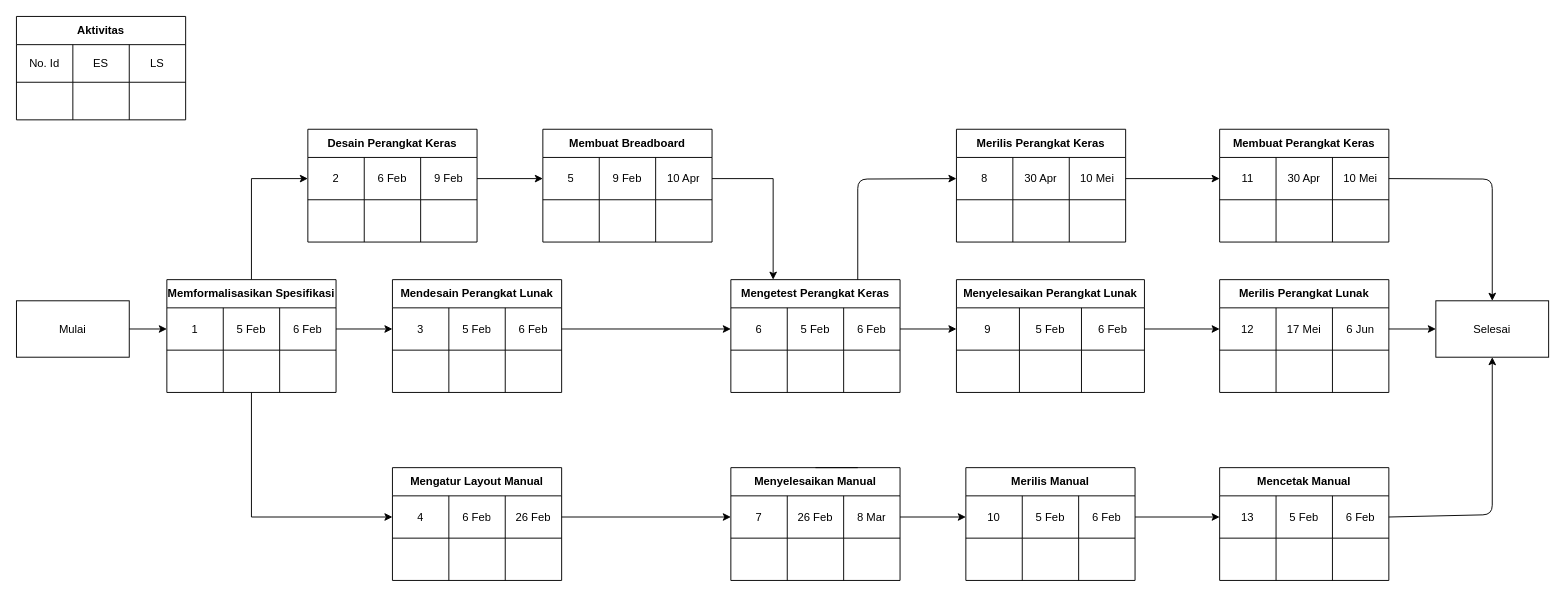
RayhanHamada/bikin-dfd keeps this draw.io diagram as page "Page-1" (1 of 2) of pert_diagram.drawio. Above is the earlier version. Source tidied: cells renumbered, new cells numbered last; positions are measured from the earlier drawing's top-left corner, leaving out a move shared by most shapes. Both pictures are drawn from the tidied source at 94%, with x=0, y=0 at pixel (16, 16).
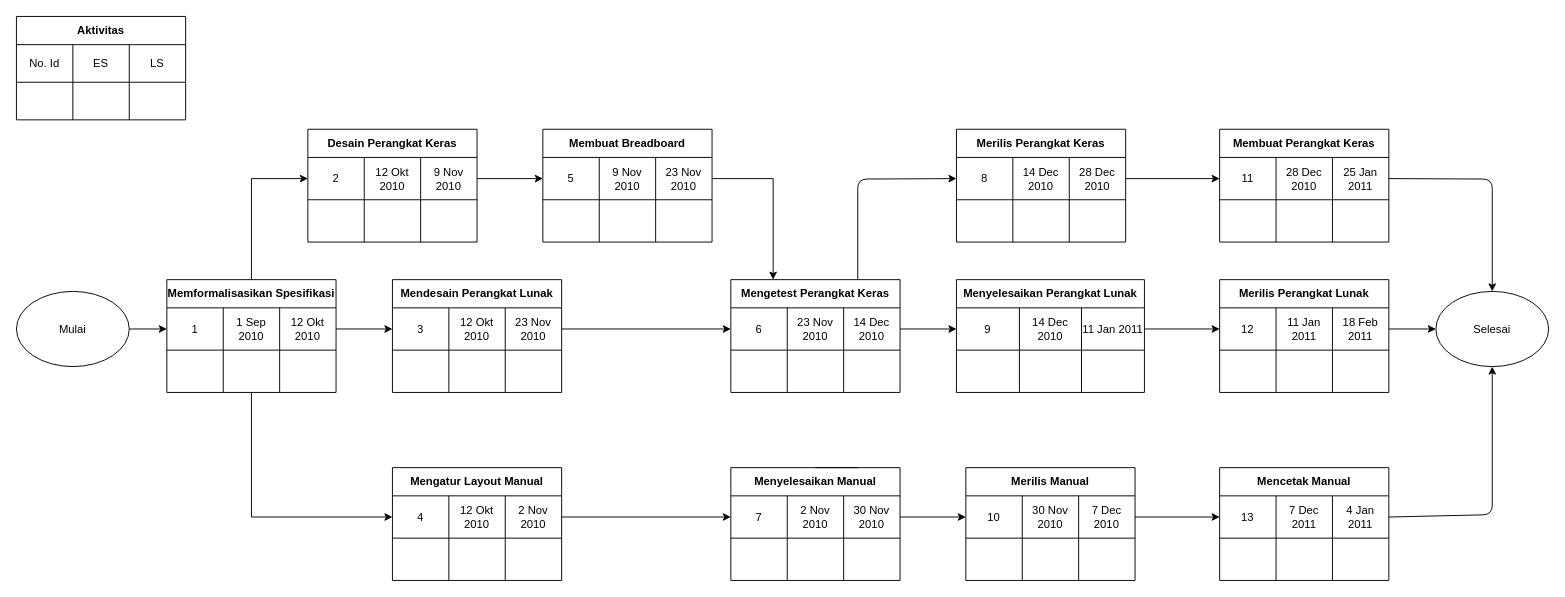
Above is the later version.

Unchanged cells that the change refers to:
```xml
<mxCell id="14" style="shape=partialRectangle;html=1;whiteSpace=wrap;fillColor=none;top=0;left=0;bottom=0;right=0;points=[[0,0.5],[1,0.5]];portConstraint=eastwest;" parent="13" vertex="1">
  <mxGeometry y="30" width="180" height="45" as="geometry" />
</mxCell>
<mxCell id="23" style="shape=partialRectangle;html=1;whiteSpace=wrap;fillColor=none;top=0;left=0;bottom=0;right=0;points=[[0,0.5],[1,0.5]];portConstraint=eastwest;" parent="22" vertex="1">
  <mxGeometry y="30" width="180" height="45" as="geometry" />
</mxCell>
<mxCell id="32" style="shape=partialRectangle;html=1;whiteSpace=wrap;fillColor=none;top=0;left=0;bottom=0;right=0;points=[[0,0.5],[1,0.5]];portConstraint=eastwest;" parent="31" vertex="1">
  <mxGeometry y="30" width="180" height="45" as="geometry" />
</mxCell>
<mxCell id="41" style="shape=partialRectangle;html=1;whiteSpace=wrap;fillColor=none;top=0;left=0;bottom=0;right=0;points=[[0,0.5],[1,0.5]];portConstraint=eastwest;" parent="40" vertex="1">
  <mxGeometry y="30" width="180" height="45" as="geometry" />
</mxCell>
<mxCell id="50" style="shape=partialRectangle;html=1;whiteSpace=wrap;fillColor=none;top=0;left=0;bottom=0;right=0;points=[[0,0.5],[1,0.5]];portConstraint=eastwest;" parent="49" vertex="1">
  <mxGeometry y="30" width="180" height="45" as="geometry" />
</mxCell>
<mxCell id="59" style="shape=partialRectangle;html=1;whiteSpace=wrap;fillColor=none;top=0;left=0;bottom=0;right=0;points=[[0,0.5],[1,0.5]];portConstraint=eastwest;" parent="58" vertex="1">
  <mxGeometry y="30" width="180" height="45" as="geometry" />
</mxCell>
<mxCell id="69" style="shape=partialRectangle;html=1;whiteSpace=wrap;fillColor=none;top=0;left=0;bottom=0;right=0;points=[[0,0.5],[1,0.5]];portConstraint=eastwest;" parent="68" vertex="1">
  <mxGeometry y="30" width="180" height="45" as="geometry" />
</mxCell>
<mxCell id="78" style="shape=partialRectangle;html=1;whiteSpace=wrap;fillColor=none;top=0;left=0;bottom=0;right=0;points=[[0,0.5],[1,0.5]];portConstraint=eastwest;" parent="77" vertex="1">
  <mxGeometry y="30" width="180" height="45" as="geometry" />
</mxCell>
<mxCell id="87" style="shape=partialRectangle;html=1;whiteSpace=wrap;fillColor=none;top=0;left=0;bottom=0;right=0;points=[[0,0.5],[1,0.5]];portConstraint=eastwest;" parent="86" vertex="1">
  <mxGeometry y="30" width="180" height="45" as="geometry" />
</mxCell>
<mxCell id="96" style="shape=partialRectangle;html=1;whiteSpace=wrap;fillColor=none;top=0;left=0;bottom=0;right=0;points=[[0,0.5],[1,0.5]];portConstraint=eastwest;" parent="95" vertex="1">
  <mxGeometry y="30" width="180" height="45" as="geometry" />
</mxCell>
<mxCell id="105" style="shape=partialRectangle;html=1;whiteSpace=wrap;fillColor=none;top=0;left=0;bottom=0;right=0;points=[[0,0.5],[1,0.5]];portConstraint=eastwest;" parent="104" vertex="1">
  <mxGeometry y="30" width="200" height="45" as="geometry" />
</mxCell>
<mxCell id="114" style="shape=partialRectangle;html=1;whiteSpace=wrap;fillColor=none;top=0;left=0;bottom=0;right=0;points=[[0,0.5],[1,0.5]];portConstraint=eastwest;" parent="113" vertex="1">
  <mxGeometry y="30" width="180" height="45" as="geometry" />
</mxCell>
<mxCell id="123" style="shape=partialRectangle;html=1;whiteSpace=wrap;fillColor=none;top=0;left=0;bottom=0;right=0;points=[[0,0.5],[1,0.5]];portConstraint=eastwest;" parent="122" vertex="1">
  <mxGeometry y="30" width="180" height="45" as="geometry" />
</mxCell>
```

What changed in the source:
```diff
@@
-    <mxCell id="16" value="&lt;span&gt;5 Feb&lt;/span&gt;" style="shape=partialRectangle;html=1;whiteSpace=wrap;fillColor=none;top=0;left=0;bottom=0;right=0;overflow=hidden;" parent="14" vertex="1">
+    <mxCell id="16" value="&lt;span&gt;1 Sep 2010&lt;/span&gt;" style="shape=partialRectangle;html=1;whiteSpace=wrap;fillColor=none;top=0;left=0;bottom=0;right=0;overflow=hidden;" parent="14" vertex="1">
       <mxGeometry x="60" width="60" height="45" as="geometry" />
     </mxCell>
-    <mxCell id="17" value="6 Feb" style="shape=partialRectangle;html=1;whiteSpace=wrap;fillColor=none;top=0;left=0;bottom=0;right=0;overflow=hidden;" parent="14" vertex="1">
+    <mxCell id="17" value="12 Okt 2010" style="shape=partialRectangle;html=1;whiteSpace=wrap;fillColor=none;top=0;left=0;bottom=0;right=0;overflow=hidden;" parent="14" vertex="1">
       <mxGeometry x="120" width="60" height="45" as="geometry" />
     </mxCell>
@@
-    <mxCell id="25" value="&lt;span&gt;6 Feb&lt;/span&gt;" style="shape=partialRectangle;html=1;whiteSpace=wrap;fillColor=none;top=0;left=0;bottom=0;right=0;overflow=hidden;" parent="23" vertex="1">
+    <mxCell id="25" value="&lt;span&gt;12 Okt 2010&lt;/span&gt;" style="shape=partialRectangle;html=1;whiteSpace=wrap;fillColor=none;top=0;left=0;bottom=0;right=0;overflow=hidden;" parent="23" vertex="1">
       <mxGeometry x="60" width="60" height="45" as="geometry" />
     </mxCell>
-    <mxCell id="26" value="9 Feb" style="shape=partialRectangle;html=1;whiteSpace=wrap;fillColor=none;top=0;left=0;bottom=0;right=0;overflow=hidden;" parent="23" vertex="1">
+    <mxCell id="26" value="9 Nov 2010" style="shape=partialRectangle;html=1;whiteSpace=wrap;fillColor=none;top=0;left=0;bottom=0;right=0;overflow=hidden;" parent="23" vertex="1">
       <mxGeometry x="120" width="60" height="45" as="geometry" />
     </mxCell>
@@
-    <mxCell id="34" value="&lt;span&gt;6 Feb&lt;/span&gt;" style="shape=partialRectangle;html=1;whiteSpace=wrap;fillColor=none;top=0;left=0;bottom=0;right=0;overflow=hidden;" parent="32" vertex="1">
+    <mxCell id="34" value="&lt;span&gt;12 Okt 2010&lt;/span&gt;" style="shape=partialRectangle;html=1;whiteSpace=wrap;fillColor=none;top=0;left=0;bottom=0;right=0;overflow=hidden;" parent="32" vertex="1">
       <mxGeometry x="60" width="60" height="45" as="geometry" />
     </mxCell>
-    <mxCell id="35" value="26 Feb" style="shape=partialRectangle;html=1;whiteSpace=wrap;fillColor=none;top=0;left=0;bottom=0;right=0;overflow=hidden;" parent="32" vertex="1">
+    <mxCell id="35" value="2 Nov 2010" style="shape=partialRectangle;html=1;whiteSpace=wrap;fillColor=none;top=0;left=0;bottom=0;right=0;overflow=hidden;" parent="32" vertex="1">
       <mxGeometry x="120" width="60" height="45" as="geometry" />
     </mxCell>
@@
-    <mxCell id="43" value="&lt;span&gt;9 Feb&lt;/span&gt;" style="shape=partialRectangle;html=1;whiteSpace=wrap;fillColor=none;top=0;left=0;bottom=0;right=0;overflow=hidden;" parent="41" vertex="1">
+    <mxCell id="43" value="&lt;span&gt;9 Nov 2010&lt;/span&gt;" style="shape=partialRectangle;html=1;whiteSpace=wrap;fillColor=none;top=0;left=0;bottom=0;right=0;overflow=hidden;" parent="41" vertex="1">
       <mxGeometry x="60" width="60" height="45" as="geometry" />
     </mxCell>
-    <mxCell id="44" value="10 Apr" style="shape=partialRectangle;html=1;whiteSpace=wrap;fillColor=none;top=0;left=0;bottom=0;right=0;overflow=hidden;" parent="41" vertex="1">
+    <mxCell id="44" value="23 Nov 2010" style="shape=partialRectangle;html=1;whiteSpace=wrap;fillColor=none;top=0;left=0;bottom=0;right=0;overflow=hidden;" parent="41" vertex="1">
       <mxGeometry x="120" width="60" height="45" as="geometry" />
     </mxCell>
@@
-    <mxCell id="52" value="&lt;span&gt;26 Feb&lt;/span&gt;" style="shape=partialRectangle;html=1;whiteSpace=wrap;fillColor=none;top=0;left=0;bottom=0;right=0;overflow=hidden;" parent="50" vertex="1">
+    <mxCell id="52" value="&lt;span&gt;2 Nov 2010&lt;/span&gt;" style="shape=partialRectangle;html=1;whiteSpace=wrap;fillColor=none;top=0;left=0;bottom=0;right=0;overflow=hidden;" parent="50" vertex="1">
       <mxGeometry x="60" width="60" height="45" as="geometry" />
     </mxCell>
-    <mxCell id="53" value="8 Mar" style="shape=partialRectangle;html=1;whiteSpace=wrap;fillColor=none;top=0;left=0;bottom=0;right=0;overflow=hidden;" parent="50" vertex="1">
+    <mxCell id="53" value="30 Nov 2010" style="shape=partialRectangle;html=1;whiteSpace=wrap;fillColor=none;top=0;left=0;bottom=0;right=0;overflow=hidden;" parent="50" vertex="1">
       <mxGeometry x="120" width="60" height="45" as="geometry" />
     </mxCell>
@@
-    <mxCell id="61" value="&lt;span&gt;30 Apr&lt;/span&gt;" style="shape=partialRectangle;html=1;whiteSpace=wrap;fillColor=none;top=0;left=0;bottom=0;right=0;overflow=hidden;" parent="59" vertex="1">
+    <mxCell id="61" value="&lt;span&gt;14 Dec 2010&lt;/span&gt;" style="shape=partialRectangle;html=1;whiteSpace=wrap;fillColor=none;top=0;left=0;bottom=0;right=0;overflow=hidden;" parent="59" vertex="1">
       <mxGeometry x="60" width="60" height="45" as="geometry" />
     </mxCell>
-    <mxCell id="62" value="10 Mei" style="shape=partialRectangle;html=1;whiteSpace=wrap;fillColor=none;top=0;left=0;bottom=0;right=0;overflow=hidden;" parent="59" vertex="1">
+    <mxCell id="62" value="28 Dec 2010" style="shape=partialRectangle;html=1;whiteSpace=wrap;fillColor=none;top=0;left=0;bottom=0;right=0;overflow=hidden;" parent="59" vertex="1">
       <mxGeometry x="120" width="60" height="45" as="geometry" />
     </mxCell>
@@
-    <mxCell id="71" value="&lt;span&gt;17 Mei&lt;/span&gt;" style="shape=partialRectangle;html=1;whiteSpace=wrap;fillColor=none;top=0;left=0;bottom=0;right=0;overflow=hidden;" parent="69" vertex="1">
+    <mxCell id="71" value="&lt;span&gt;11 Jan 2011&lt;/span&gt;" style="shape=partialRectangle;html=1;whiteSpace=wrap;fillColor=none;top=0;left=0;bottom=0;right=0;overflow=hidden;" parent="69" vertex="1">
       <mxGeometry x="60" width="60" height="45" as="geometry" />
     </mxCell>
-    <mxCell id="72" value="6 Jun" style="shape=partialRectangle;html=1;whiteSpace=wrap;fillColor=none;top=0;left=0;bottom=0;right=0;overflow=hidden;" parent="69" vertex="1">
+    <mxCell id="72" value="18 Feb 2011" style="shape=partialRectangle;html=1;whiteSpace=wrap;fillColor=none;top=0;left=0;bottom=0;right=0;overflow=hidden;" parent="69" vertex="1">
       <mxGeometry x="120" width="60" height="45" as="geometry" />
     </mxCell>
@@
-    <mxCell id="80" value="&lt;span&gt;5 Feb&lt;/span&gt;" style="shape=partialRectangle;html=1;whiteSpace=wrap;fillColor=none;top=0;left=0;bottom=0;right=0;overflow=hidden;" parent="78" vertex="1">
+    <mxCell id="80" value="&lt;span&gt;12 Okt 2010&lt;/span&gt;" style="shape=partialRectangle;html=1;whiteSpace=wrap;fillColor=none;top=0;left=0;bottom=0;right=0;overflow=hidden;" parent="78" vertex="1">
       <mxGeometry x="60" width="60" height="45" as="geometry" />
     </mxCell>
-    <mxCell id="81" value="6 Feb" style="shape=partialRectangle;html=1;whiteSpace=wrap;fillColor=none;top=0;left=0;bottom=0;right=0;overflow=hidden;" parent="78" vertex="1">
+    <mxCell id="81" value="23 Nov 2010" style="shape=partialRectangle;html=1;whiteSpace=wrap;fillColor=none;top=0;left=0;bottom=0;right=0;overflow=hidden;" parent="78" vertex="1">
       <mxGeometry x="120" width="60" height="45" as="geometry" />
     </mxCell>
@@
-    <mxCell id="89" value="&lt;span&gt;5 Feb&lt;/span&gt;" style="shape=partialRectangle;html=1;whiteSpace=wrap;fillColor=none;top=0;left=0;bottom=0;right=0;overflow=hidden;" parent="87" vertex="1">
+    <mxCell id="89" value="&lt;span&gt;23 Nov 2010&lt;/span&gt;" style="shape=partialRectangle;html=1;whiteSpace=wrap;fillColor=none;top=0;left=0;bottom=0;right=0;overflow=hidden;" parent="87" vertex="1">
       <mxGeometry x="60" width="60" height="45" as="geometry" />
     </mxCell>
-    <mxCell id="90" value="6 Feb" style="shape=partialRectangle;html=1;whiteSpace=wrap;fillColor=none;top=0;left=0;bottom=0;right=0;overflow=hidden;" parent="87" vertex="1">
+    <mxCell id="90" value="14 Dec 2010" style="shape=partialRectangle;html=1;whiteSpace=wrap;fillColor=none;top=0;left=0;bottom=0;right=0;overflow=hidden;" parent="87" vertex="1">
       <mxGeometry x="120" width="60" height="45" as="geometry" />
     </mxCell>
@@
-    <mxCell id="98" value="&lt;span&gt;5 Feb&lt;/span&gt;" style="shape=partialRectangle;html=1;whiteSpace=wrap;fillColor=none;top=0;left=0;bottom=0;right=0;overflow=hidden;" parent="96" vertex="1">
+    <mxCell id="98" value="&lt;span&gt;30 Nov 2010&lt;/span&gt;" style="shape=partialRectangle;html=1;whiteSpace=wrap;fillColor=none;top=0;left=0;bottom=0;right=0;overflow=hidden;" parent="96" vertex="1">
       <mxGeometry x="60" width="60" height="45" as="geometry" />
     </mxCell>
-    <mxCell id="99" value="6 Feb" style="shape=partialRectangle;html=1;whiteSpace=wrap;fillColor=none;top=0;left=0;bottom=0;right=0;overflow=hidden;" parent="96" vertex="1">
+    <mxCell id="99" value="7 Dec 2010" style="shape=partialRectangle;html=1;whiteSpace=wrap;fillColor=none;top=0;left=0;bottom=0;right=0;overflow=hidden;" parent="96" vertex="1">
       <mxGeometry x="120" width="60" height="45" as="geometry" />
     </mxCell>
@@
-    <mxCell id="107" value="&lt;span&gt;5 Feb&lt;/span&gt;" style="shape=partialRectangle;html=1;whiteSpace=wrap;fillColor=none;top=0;left=0;bottom=0;right=0;overflow=hidden;" parent="105" vertex="1">
+    <mxCell id="107" value="&lt;span&gt;14 Dec 2010&lt;/span&gt;" style="shape=partialRectangle;html=1;whiteSpace=wrap;fillColor=none;top=0;left=0;bottom=0;right=0;overflow=hidden;" parent="105" vertex="1">
       <mxGeometry x="67" width="66" height="45" as="geometry" />
     </mxCell>
-    <mxCell id="108" value="6 Feb" style="shape=partialRectangle;html=1;whiteSpace=wrap;fillColor=none;top=0;left=0;bottom=0;right=0;overflow=hidden;" parent="105" vertex="1">
+    <mxCell id="108" value="11 Jan 2011" style="shape=partialRectangle;html=1;whiteSpace=wrap;fillColor=none;top=0;left=0;bottom=0;right=0;overflow=hidden;" parent="105" vertex="1">
       <mxGeometry x="133" width="67" height="45" as="geometry" />
     </mxCell>
@@
-    <mxCell id="116" value="&lt;span&gt;30 Apr&lt;/span&gt;" style="shape=partialRectangle;html=1;whiteSpace=wrap;fillColor=none;top=0;left=0;bottom=0;right=0;overflow=hidden;" parent="114" vertex="1">
+    <mxCell id="116" value="&lt;span&gt;28 Dec 2010&lt;/span&gt;" style="shape=partialRectangle;html=1;whiteSpace=wrap;fillColor=none;top=0;left=0;bottom=0;right=0;overflow=hidden;" parent="114" vertex="1">
       <mxGeometry x="60" width="60" height="45" as="geometry" />
     </mxCell>
-    <mxCell id="117" value="10 Mei" style="shape=partialRectangle;html=1;whiteSpace=wrap;fillColor=none;top=0;left=0;bottom=0;right=0;overflow=hidden;" parent="114" vertex="1">
+    <mxCell id="117" value="25 Jan 2011" style="shape=partialRectangle;html=1;whiteSpace=wrap;fillColor=none;top=0;left=0;bottom=0;right=0;overflow=hidden;" parent="114" vertex="1">
       <mxGeometry x="120" width="60" height="45" as="geometry" />
     </mxCell>
@@
-    <mxCell id="125" value="&lt;span&gt;5 Feb&lt;/span&gt;" style="shape=partialRectangle;html=1;whiteSpace=wrap;fillColor=none;top=0;left=0;bottom=0;right=0;overflow=hidden;" parent="123" vertex="1">
+    <mxCell id="125" value="&lt;span&gt;7 Dec 2011&lt;/span&gt;" style="shape=partialRectangle;html=1;whiteSpace=wrap;fillColor=none;top=0;left=0;bottom=0;right=0;overflow=hidden;" parent="123" vertex="1">
       <mxGeometry x="60" width="60" height="45" as="geometry" />
     </mxCell>
-    <mxCell id="126" value="6 Feb" style="shape=partialRectangle;html=1;whiteSpace=wrap;fillColor=none;top=0;left=0;bottom=0;right=0;overflow=hidden;" parent="123" vertex="1">
+    <mxCell id="126" value="4 Jan 2011" style="shape=partialRectangle;html=1;whiteSpace=wrap;fillColor=none;top=0;left=0;bottom=0;right=0;overflow=hidden;" parent="123" vertex="1">
       <mxGeometry x="120" width="60" height="45" as="geometry" />
     </mxCell>
@@
-    <mxCell id="143" value="Selesai" style="rounded=0;whiteSpace=wrap;html=1;" parent="1" vertex="1">
-      <mxGeometry x="1510" y="302.5" width="120" height="60" as="geometry" />
-    </mxCell>
@@
+    <mxCell id="148" style="endArrow=classic;html=1;exitX=1;exitY=0.5;exitDx=0;exitDy=0;entryX=0;entryY=0.5;entryDx=0;entryDy=0;" parent="1" edge="1" source="147" target="14">
+      <mxGeometry relative="1" as="geometry" />
+    </mxCell>
-    <mxCell id="147" value="Mulai" style="rounded=0;whiteSpace=wrap;html=1;" parent="1" vertex="1">
-      <mxGeometry y="302.5" width="120" height="60" as="geometry" />
+    <mxCell id="147" value="Mulai" style="ellipse;whiteSpace=wrap;html=1;" parent="1" vertex="1">
+      <mxGeometry y="292.5" width="120" height="80" as="geometry" />
     </mxCell>
-    <mxCell id="148" style="endArrow=classic;html=1;exitX=1;exitY=0.5;exitDx=0;exitDy=0;entryX=0;entryY=0.5;entryDx=0;entryDy=0;" parent="1" edge="1" source="147" target="14">
-      <mxGeometry relative="1" as="geometry" />
-    </mxCell>
+    <mxCell id="143" value="Selesai" style="ellipse;whiteSpace=wrap;html=1;" parent="1" vertex="1">
+      <mxGeometry x="1510" y="292.5" width="120" height="80" as="geometry" />
+    </mxCell>
```
